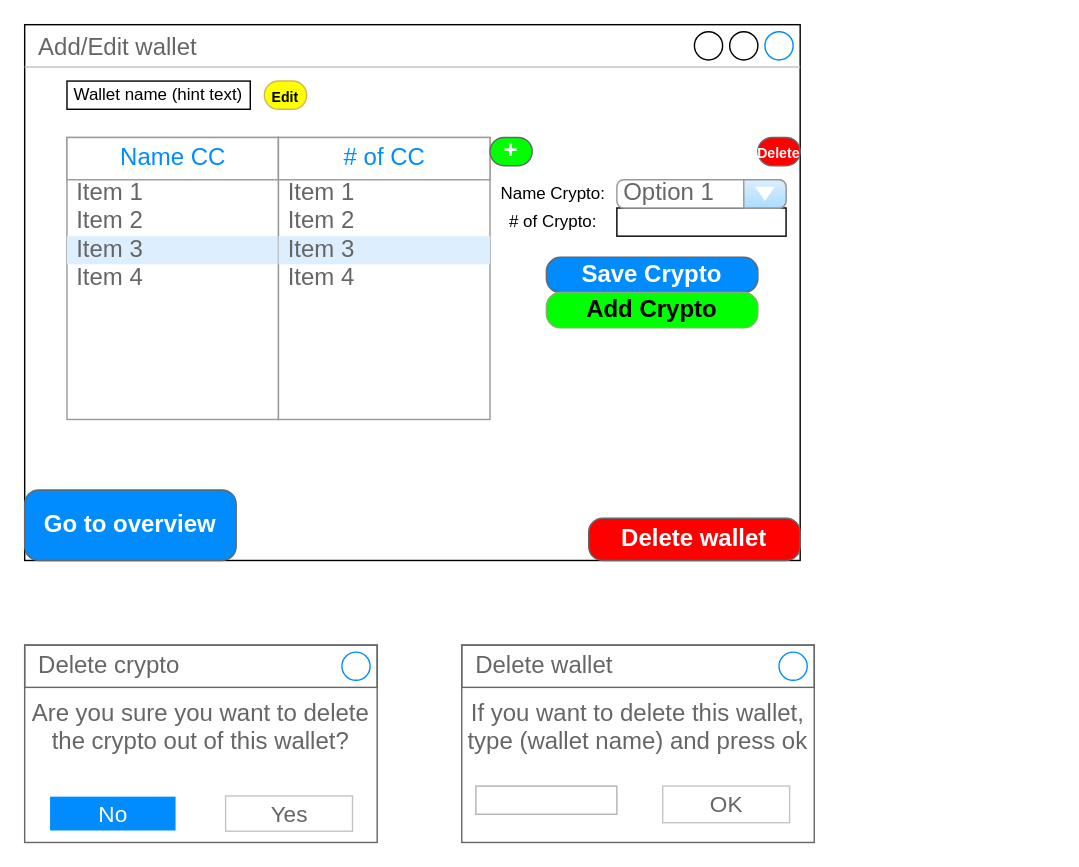
Above: Documentation/Mockups/DetailsWallet.drawio in Total1880/OlavCrypto (draw.io), before the change. Source tidied: cells renumbered, new cells numbered last; positions are measured from the earlier drawing's top-left corner, leaving out a move shared by most shapes. Both pictures are drawn from the tidied source at 141%, with x=0, y=0 at pixel (24, 24).
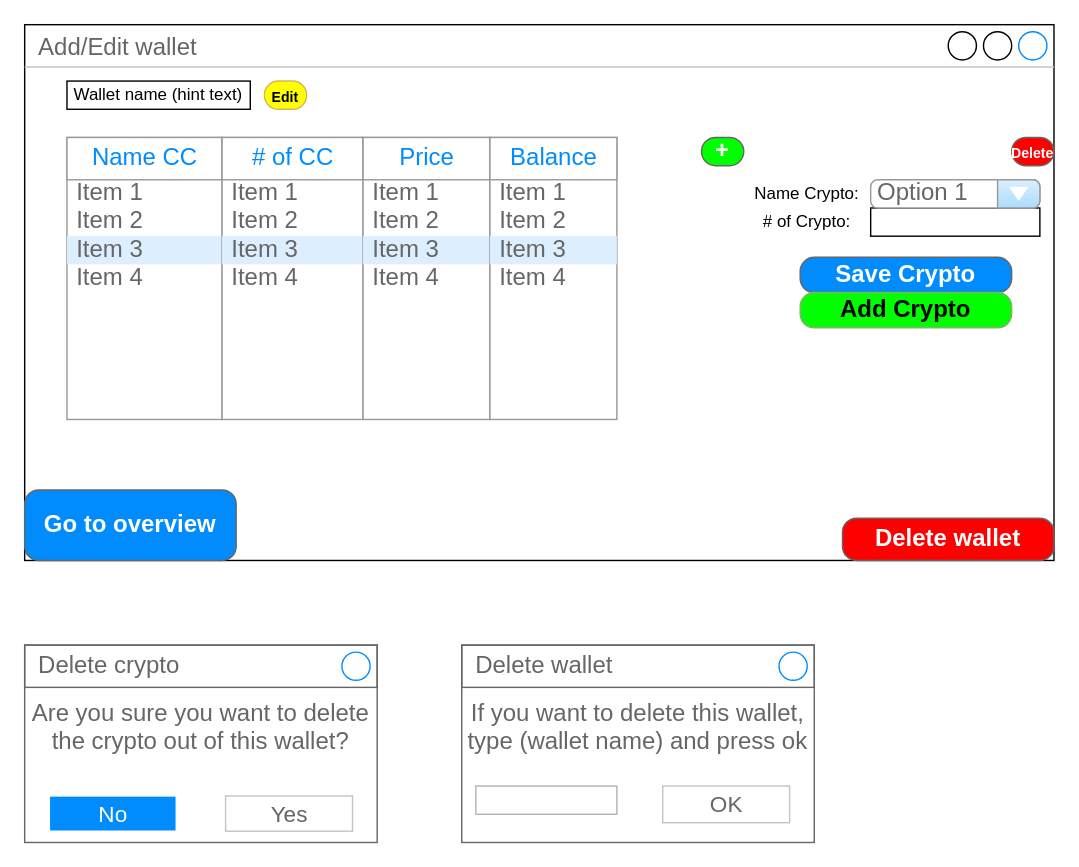
Above is the later version.

The edit, as a diff of the source:
```diff
@@
     <mxCell id="2" value="Add/Edit wallet" style="strokeWidth=1;shadow=0;dashed=0;align=center;html=1;shape=mxgraph.mockup.containers.window;align=left;verticalAlign=top;spacingLeft=8;strokeColor2=#008cff;strokeColor3=#c4c4c4;fontColor=#666666;mainText=;fontSize=17;labelBackgroundColor=none;" parent="1" vertex="1">
-      <mxGeometry width="550" height="380" as="geometry" />
+      <mxGeometry width="730" height="380" as="geometry" />
     </mxCell>
@@
     <mxCell id="5" style="strokeWidth=1;shadow=0;dashed=0;align=center;html=1;shape=mxgraph.mockup.forms.rrect;rSize=0;strokeColor=#999999;fillColor=#ffffff;" parent="1" vertex="1">
-      <mxGeometry x="30" y="80" width="150" height="200" as="geometry" />
+      <mxGeometry x="30" y="80" width="110" height="200" as="geometry" />
     </mxCell>
     <mxCell id="6" value="Name CC" style="strokeWidth=1;shadow=0;dashed=0;align=center;html=1;shape=mxgraph.mockup.forms.rrect;rSize=0;strokeColor=#999999;fontColor=#008cff;fontSize=17;fillColor=#ffffff;" parent="5" vertex="1">
-      <mxGeometry width="150" height="30" relative="1" as="geometry" />
+      <mxGeometry width="110" height="30" relative="1" as="geometry" />
     </mxCell>
     <mxCell id="7" value="Item 1" style="strokeWidth=1;shadow=0;dashed=0;align=center;html=1;shape=mxgraph.mockup.forms.anchor;fontSize=17;fontColor=#666666;align=left;spacingLeft=5;" parent="5" vertex="1">
-      <mxGeometry width="150" height="20" relative="1" as="geometry">
+      <mxGeometry width="110" height="20" relative="1" as="geometry">
         <mxPoint y="30" as="offset" />
       </mxGeometry>
     </mxCell>
     <mxCell id="8" value="Item 2" style="strokeWidth=1;shadow=0;dashed=0;align=center;html=1;shape=mxgraph.mockup.forms.anchor;fontSize=17;fontColor=#666666;align=left;spacingLeft=5;" parent="5" vertex="1">
-      <mxGeometry width="150" height="20" relative="1" as="geometry">
+      <mxGeometry width="110" height="20" relative="1" as="geometry">
         <mxPoint y="50" as="offset" />
       </mxGeometry>
     </mxCell>
     <mxCell id="9" value="Item 3" style="strokeWidth=1;shadow=0;dashed=0;align=center;html=1;shape=mxgraph.mockup.forms.rrect;rSize=0;fontSize=17;fontColor=#666666;align=left;spacingLeft=5;fillColor=#ddeeff;strokeColor=none;" parent="5" vertex="1">
-      <mxGeometry width="150" height="20" relative="1" as="geometry">
+      <mxGeometry width="110" height="20" relative="1" as="geometry">
         <mxPoint y="70" as="offset" />
       </mxGeometry>
     </mxCell>
     <mxCell id="10" value="Item 4" style="strokeWidth=1;shadow=0;dashed=0;align=center;html=1;shape=mxgraph.mockup.forms.anchor;fontSize=17;fontColor=#666666;align=left;spacingLeft=5;" parent="5" vertex="1">
-      <mxGeometry width="150" height="20" relative="1" as="geometry">
+      <mxGeometry width="110" height="20" relative="1" as="geometry">
         <mxPoint y="90" as="offset" />
       </mxGeometry>
     </mxCell>
     <mxCell id="11" style="strokeWidth=1;shadow=0;dashed=0;align=center;html=1;shape=mxgraph.mockup.forms.rrect;rSize=0;strokeColor=#999999;fillColor=#ffffff;" parent="1" vertex="1">
-      <mxGeometry x="180" y="80" width="150" height="200" as="geometry" />
+      <mxGeometry x="140" y="80" width="100" height="200" as="geometry" />
     </mxCell>
     <mxCell id="12" value="# of CC" style="strokeWidth=1;shadow=0;dashed=0;align=center;html=1;shape=mxgraph.mockup.forms.rrect;rSize=0;strokeColor=#999999;fontColor=#008cff;fontSize=17;fillColor=#ffffff;" parent="11" vertex="1">
-      <mxGeometry width="150" height="30" relative="1" as="geometry" />
+      <mxGeometry width="100" height="30" relative="1" as="geometry" />
     </mxCell>
     <mxCell id="13" value="Item 1" style="strokeWidth=1;shadow=0;dashed=0;align=center;html=1;shape=mxgraph.mockup.forms.anchor;fontSize=17;fontColor=#666666;align=left;spacingLeft=5;" parent="11" vertex="1">
-      <mxGeometry width="150" height="20" relative="1" as="geometry">
+      <mxGeometry width="100" height="20" relative="1" as="geometry">
         <mxPoint y="30" as="offset" />
       </mxGeometry>
     </mxCell>
     <mxCell id="14" value="Item 2" style="strokeWidth=1;shadow=0;dashed=0;align=center;html=1;shape=mxgraph.mockup.forms.anchor;fontSize=17;fontColor=#666666;align=left;spacingLeft=5;" parent="11" vertex="1">
-      <mxGeometry width="150" height="20" relative="1" as="geometry">
+      <mxGeometry width="100" height="20" relative="1" as="geometry">
         <mxPoint y="50" as="offset" />
       </mxGeometry>
     </mxCell>
     <mxCell id="15" value="Item 3" style="strokeWidth=1;shadow=0;dashed=0;align=center;html=1;shape=mxgraph.mockup.forms.rrect;rSize=0;fontSize=17;fontColor=#666666;align=left;spacingLeft=5;fillColor=#ddeeff;strokeColor=none;" parent="11" vertex="1">
-      <mxGeometry width="150" height="20" relative="1" as="geometry">
+      <mxGeometry width="100" height="20" relative="1" as="geometry">
         <mxPoint y="70" as="offset" />
       </mxGeometry>
     </mxCell>
     <mxCell id="16" value="Item 4" style="strokeWidth=1;shadow=0;dashed=0;align=center;html=1;shape=mxgraph.mockup.forms.anchor;fontSize=17;fontColor=#666666;align=left;spacingLeft=5;" parent="11" vertex="1">
-      <mxGeometry width="150" height="20" relative="1" as="geometry">
+      <mxGeometry width="100" height="20" relative="1" as="geometry">
         <mxPoint y="90" as="offset" />
       </mxGeometry>
     </mxCell>
     <mxCell id="17" value="+" style="strokeWidth=1;shadow=0;dashed=0;align=center;html=1;shape=mxgraph.mockup.buttons.button;strokeColor=#666666;fontColor=#ffffff;mainText=;buttonStyle=round;fontSize=17;fontStyle=1;whiteSpace=wrap;fillColor=#00FF00;" parent="1" vertex="1">
-      <mxGeometry x="330" y="80" width="30" height="20" as="geometry" />
+      <mxGeometry x="480" y="80" width="30" height="20" as="geometry" />
     </mxCell>
     <mxCell id="18" value="&lt;font style=&quot;font-size: 10px&quot;&gt;Delete&lt;/font&gt;" style="strokeWidth=1;shadow=0;dashed=0;align=center;html=1;shape=mxgraph.mockup.buttons.button;strokeColor=#666666;fontColor=#ffffff;mainText=;buttonStyle=round;fontSize=17;fontStyle=1;whiteSpace=wrap;fillColor=#FF0000;" parent="1" vertex="1">
-      <mxGeometry x="520" y="80" width="30" height="20" as="geometry" />
+      <mxGeometry x="700" y="80" width="30" height="20" as="geometry" />
     </mxCell>
     <mxCell id="19" value="Name Crypto:" style="text;html=1;strokeColor=none;fillColor=none;align=center;verticalAlign=middle;whiteSpace=wrap;rounded=0;" parent="1" vertex="1">
-      <mxGeometry x="330" y="110" width="90" height="20" as="geometry" />
+      <mxGeometry x="510" y="110" width="90" height="20" as="geometry" />
     </mxCell>
     <mxCell id="20" value="# of Crypto:" style="text;html=1;strokeColor=none;fillColor=none;align=center;verticalAlign=middle;whiteSpace=wrap;rounded=0;" parent="1" vertex="1">
-      <mxGeometry x="330" y="130" width="90" height="20" as="geometry" />
+      <mxGeometry x="510" y="130" width="90" height="20" as="geometry" />
     </mxCell>
     <mxCell id="21" style="rounded=0;whiteSpace=wrap;html=1;fillColor=#FFFFFF;" parent="1" vertex="1">
-      <mxGeometry x="420" y="130" width="120" height="20" as="geometry" />
+      <mxGeometry x="600" y="130" width="120" height="20" as="geometry" />
     </mxCell>
     <mxCell id="22" value="Delete wallet" style="strokeWidth=1;shadow=0;dashed=0;align=center;html=1;shape=mxgraph.mockup.buttons.button;strokeColor=#666666;fontColor=#ffffff;mainText=;buttonStyle=round;fontSize=17;fontStyle=1;whiteSpace=wrap;fillColor=#FF0000;" parent="1" vertex="1">
-      <mxGeometry x="400" y="350" width="150" height="30" as="geometry" />
+      <mxGeometry x="580" y="350" width="150" height="30" as="geometry" />
     </mxCell>
     <mxCell id="23" value="Save Crypto" style="strokeWidth=1;shadow=0;dashed=0;align=center;html=1;shape=mxgraph.mockup.buttons.button;strokeColor=#666666;fontColor=#ffffff;mainText=;buttonStyle=round;fontSize=17;fontStyle=1;fillColor=#008cff;whiteSpace=wrap;" parent="1" vertex="1">
-      <mxGeometry x="370" y="165" width="150" height="25" as="geometry" />
+      <mxGeometry x="550" y="165" width="150" height="25" as="geometry" />
     </mxCell>
@@
     <mxCell id="35" value="Add Crypto" style="strokeWidth=1;shadow=0;dashed=0;align=center;html=1;shape=mxgraph.mockup.buttons.button;strokeColor=#82b366;mainText=;buttonStyle=round;fontSize=17;fontStyle=1;whiteSpace=wrap;fillColor=#00FF00;" parent="1" vertex="1">
-      <mxGeometry x="370" y="190" width="150" height="25" as="geometry" />
+      <mxGeometry x="550" y="190" width="150" height="25" as="geometry" />
     </mxCell>
     <mxCell id="36" value="Option 1" style="strokeWidth=1;shadow=0;dashed=0;align=center;html=1;shape=mxgraph.mockup.forms.comboBox;strokeColor=#999999;fillColor=#ddeeff;align=left;fillColor2=#aaddff;mainText=;fontColor=#666666;fontSize=17;spacingLeft=3;" parent="1" vertex="1">
-      <mxGeometry x="420" y="110" width="120" height="20" as="geometry" />
+      <mxGeometry x="600" y="110" width="120" height="20" as="geometry" />
     </mxCell>
+    <mxCell id="37" style="strokeWidth=1;shadow=0;dashed=0;align=center;html=1;shape=mxgraph.mockup.forms.rrect;rSize=0;strokeColor=#999999;fillColor=#ffffff;" parent="1" vertex="1">
+      <mxGeometry x="240" y="80" width="90" height="200" as="geometry" />
+    </mxCell>
+    <mxCell id="38" value="Price" style="strokeWidth=1;shadow=0;dashed=0;align=center;html=1;shape=mxgraph.mockup.forms.rrect;rSize=0;strokeColor=#999999;fontColor=#008cff;fontSize=17;fillColor=#ffffff;" parent="37" vertex="1">
+      <mxGeometry width="90" height="30" relative="1" as="geometry" />
+    </mxCell>
+    <mxCell id="39" value="Item 1" style="strokeWidth=1;shadow=0;dashed=0;align=center;html=1;shape=mxgraph.mockup.forms.anchor;fontSize=17;fontColor=#666666;align=left;spacingLeft=5;" parent="37" vertex="1">
+      <mxGeometry width="90" height="20" relative="1" as="geometry">
+        <mxPoint y="30" as="offset" />
+      </mxGeometry>
+    </mxCell>
+    <mxCell id="40" value="Item 2" style="strokeWidth=1;shadow=0;dashed=0;align=center;html=1;shape=mxgraph.mockup.forms.anchor;fontSize=17;fontColor=#666666;align=left;spacingLeft=5;" parent="37" vertex="1">
+      <mxGeometry width="90" height="20" relative="1" as="geometry">
+        <mxPoint y="50" as="offset" />
+      </mxGeometry>
+    </mxCell>
+    <mxCell id="41" value="Item 3" style="strokeWidth=1;shadow=0;dashed=0;align=center;html=1;shape=mxgraph.mockup.forms.rrect;rSize=0;fontSize=17;fontColor=#666666;align=left;spacingLeft=5;fillColor=#ddeeff;strokeColor=none;" parent="37" vertex="1">
+      <mxGeometry width="90" height="20" relative="1" as="geometry">
+        <mxPoint y="70" as="offset" />
+      </mxGeometry>
+    </mxCell>
+    <mxCell id="42" value="Item 4" style="strokeWidth=1;shadow=0;dashed=0;align=center;html=1;shape=mxgraph.mockup.forms.anchor;fontSize=17;fontColor=#666666;align=left;spacingLeft=5;" parent="37" vertex="1">
+      <mxGeometry width="90" height="20" relative="1" as="geometry">
+        <mxPoint y="90" as="offset" />
+      </mxGeometry>
+    </mxCell>
+    <mxCell id="43" style="strokeWidth=1;shadow=0;dashed=0;align=center;html=1;shape=mxgraph.mockup.forms.rrect;rSize=0;strokeColor=#999999;fillColor=#ffffff;" parent="1" vertex="1">
+      <mxGeometry x="330" y="80" width="90" height="200" as="geometry" />
+    </mxCell>
+    <mxCell id="44" value="Balance" style="strokeWidth=1;shadow=0;dashed=0;align=center;html=1;shape=mxgraph.mockup.forms.rrect;rSize=0;strokeColor=#999999;fontColor=#008cff;fontSize=17;fillColor=#ffffff;" parent="43" vertex="1">
+      <mxGeometry width="90" height="30" relative="1" as="geometry" />
+    </mxCell>
+    <mxCell id="45" value="Item 1" style="strokeWidth=1;shadow=0;dashed=0;align=center;html=1;shape=mxgraph.mockup.forms.anchor;fontSize=17;fontColor=#666666;align=left;spacingLeft=5;" parent="43" vertex="1">
+      <mxGeometry width="90" height="20" relative="1" as="geometry">
+        <mxPoint y="30" as="offset" />
+      </mxGeometry>
+    </mxCell>
+    <mxCell id="46" value="Item 2" style="strokeWidth=1;shadow=0;dashed=0;align=center;html=1;shape=mxgraph.mockup.forms.anchor;fontSize=17;fontColor=#666666;align=left;spacingLeft=5;" parent="43" vertex="1">
+      <mxGeometry width="90" height="20" relative="1" as="geometry">
+        <mxPoint y="50" as="offset" />
+      </mxGeometry>
+    </mxCell>
+    <mxCell id="47" value="Item 3" style="strokeWidth=1;shadow=0;dashed=0;align=center;html=1;shape=mxgraph.mockup.forms.rrect;rSize=0;fontSize=17;fontColor=#666666;align=left;spacingLeft=5;fillColor=#ddeeff;strokeColor=none;" parent="43" vertex="1">
+      <mxGeometry width="90" height="20" relative="1" as="geometry">
+        <mxPoint y="70" as="offset" />
+      </mxGeometry>
+    </mxCell>
+    <mxCell id="48" value="Item 4" style="strokeWidth=1;shadow=0;dashed=0;align=center;html=1;shape=mxgraph.mockup.forms.anchor;fontSize=17;fontColor=#666666;align=left;spacingLeft=5;" parent="43" vertex="1">
+      <mxGeometry width="90" height="20" relative="1" as="geometry">
+        <mxPoint y="90" as="offset" />
+      </mxGeometry>
+    </mxCell>
```
